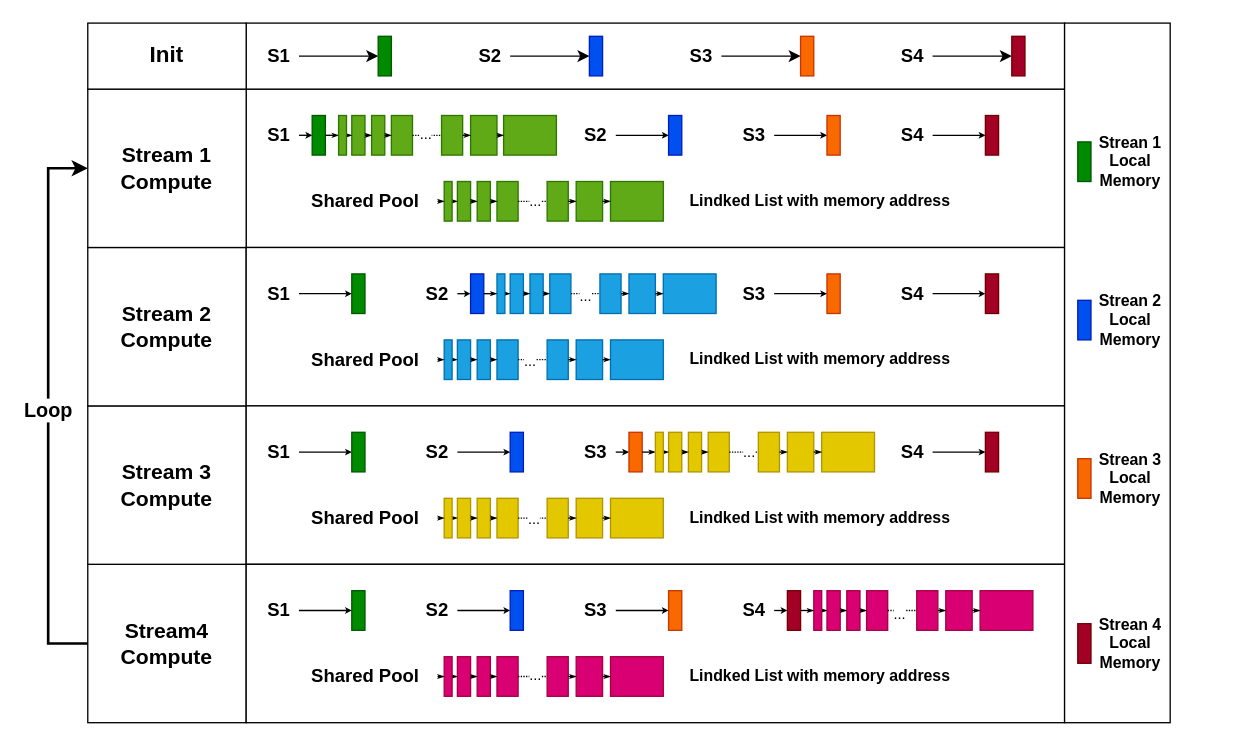
F9rozen/CUDACachingAllocator keeps this draw.io diagram as share/3.drawio. Above is the earlier version. Source tidied: cells renumbered, new cells numbered last; positions are measured from the earlier drawing's top-left corner, leaving out a move shared by most shapes. Both pictures are drawn from the tidied source at 132%, with x=0, y=0 at pixel (48, 22).
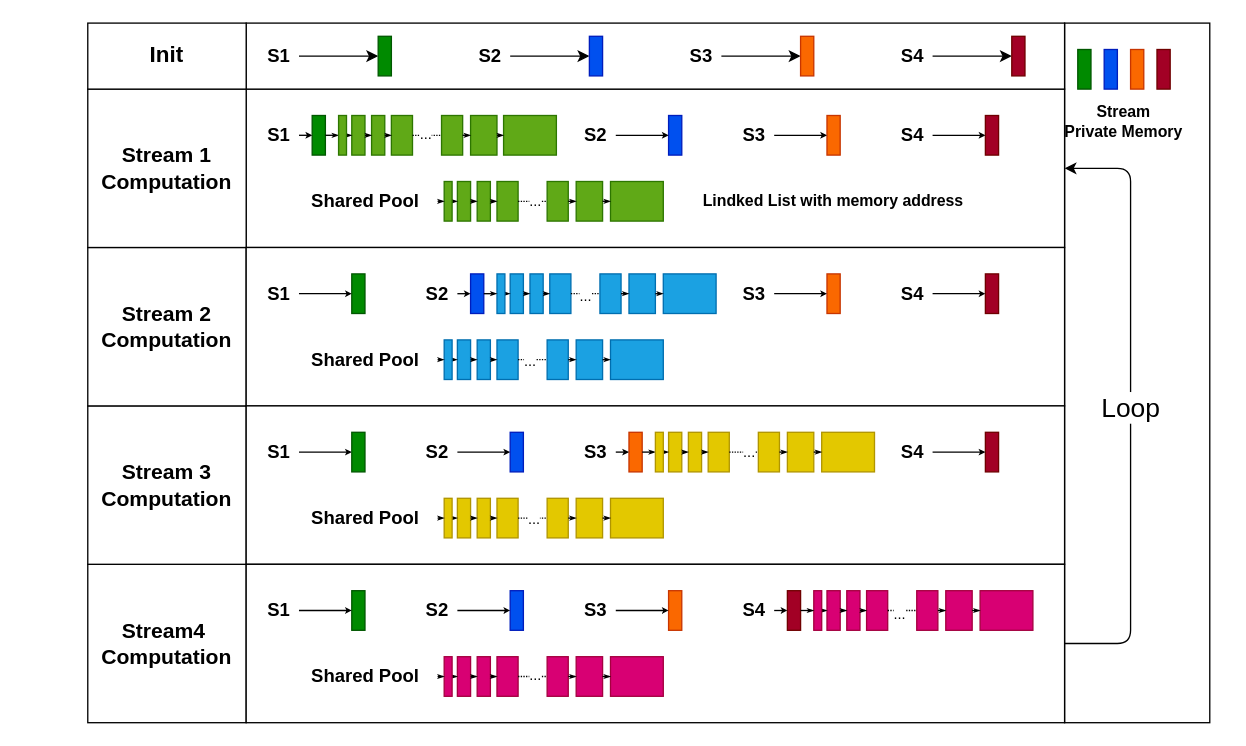
After the change.

Unchanged cells that the change refers to:
```xml
<mxCell id="2" style="group;fontStyle=1;fontFamily=Times New Roman;" parent="1" vertex="1">
  <mxGeometry x="30" width="740" height="530" as="geometry" />
</mxCell>
<mxCell id="3" style="rounded=0;whiteSpace=wrap;html=1;fillColor=default;fontStyle=1;fontSize=14;" parent="2" vertex="1">
  <mxGeometry x="120" y="50" width="620" height="120" as="geometry" />
</mxCell>
<mxCell id="5" style="group;fontStyle=1;" parent="2" vertex="1">
  <mxGeometry width="120" height="530" as="geometry" />
</mxCell>
<mxCell id="15" style="rounded=0;whiteSpace=wrap;html=1;fillColor=default;fontStyle=1;fontSize=14;" parent="2" vertex="1">
  <mxGeometry x="120" y="410" width="620" height="120" as="geometry" />
</mxCell>
```

What changed in the source:
```diff
@@
+    <mxCell id="244" style="group;" parent="1" vertex="1">
+      <mxGeometry x="780" y="20" width="110" height="510" as="geometry" />
+    </mxCell>
+    <mxCell id="245" style="rounded=0;whiteSpace=wrap;html=1;fontSize=20;" parent="244" vertex="1">
+      <mxGeometry x="-10" y="-20" width="110" height="530" as="geometry" />
+    </mxCell>
+    <mxCell id="236" style="rounded=0;whiteSpace=wrap;html=1;fillColor=#008a00;fontColor=#ffffff;strokeColor=#005700;fontStyle=1;fontSize=14;" parent="244" vertex="1">
+      <mxGeometry width="10" height="30" as="geometry" />
+    </mxCell>
+    <mxCell id="237" style="rounded=0;whiteSpace=wrap;html=1;fillColor=#0050ef;fontColor=#ffffff;strokeColor=#001DBC;fontStyle=1;fontSize=14;" parent="244" vertex="1">
+      <mxGeometry x="20" width="10" height="30" as="geometry" />
+    </mxCell>
+    <mxCell id="238" style="rounded=0;whiteSpace=wrap;html=1;fillColor=#fa6800;fontColor=#000000;strokeColor=#C73500;fontStyle=1;fontSize=14;" parent="244" vertex="1">
+      <mxGeometry x="40" width="10" height="30" as="geometry" />
+    </mxCell>
+    <mxCell id="239" style="rounded=0;whiteSpace=wrap;html=1;fillColor=#a20025;fontColor=#ffffff;strokeColor=#6F0000;fontStyle=1;fontSize=14;" parent="244" vertex="1">
+      <mxGeometry x="60" width="10" height="30" as="geometry" />
+    </mxCell>
+    <mxCell id="240" value="&lt;b&gt;Stream Private&amp;nbsp;Memory&lt;/b&gt;" style="text;html=1;strokeColor=none;fillColor=none;align=center;verticalAlign=middle;whiteSpace=wrap;rounded=0;" parent="244" vertex="1">
+      <mxGeometry x="5" y="40" width="60" height="30" as="geometry" />
+    </mxCell>
@@
-    <mxCell id="6" style="edgeStyle=orthogonalEdgeStyle;rounded=0;jettySize=auto;html=1;exitX=0;exitY=0.5;exitDx=0;exitDy=0;entryX=0;entryY=0.5;entryDx=0;entryDy=0;strokeWidth=2;" parent="5" edge="1" source="8" target="11">
-      <mxGeometry relative="1" as="geometry">
-        <Array as="points">
-          <mxPoint x="-30" y="470" />
-          <mxPoint x="-30" y="110" />
-        </Array>
-      </mxGeometry>
-    </mxCell>
-    <mxCell id="7" value="&lt;b&gt;&lt;font style=&quot;font-size: 15px;&quot;&gt;Loop&lt;/font&gt;&lt;/b&gt;" style="edgeLabel;html=1;align=center;verticalAlign=middle;" parent="6" vertex="1">
-      <mxGeometry x="-0.01" y="1" relative="1" as="geometry" />
-    </mxCell>
-    <mxCell id="8" value="&lt;font style=&quot;font-size: 16px;&quot;&gt;Stream4 Compute&lt;/font&gt;" style="rounded=0;whiteSpace=wrap;html=1;fillColor=default;fontStyle=1;" parent="5" vertex="1">
+    <mxCell id="8" value="&lt;font style=&quot;font-size: 16px;&quot;&gt;Stream4&amp;nbsp;&lt;br&gt;&lt;/font&gt;&lt;span style=&quot;font-size: 16px;&quot;&gt;Computation&lt;/span&gt;" style="rounded=0;whiteSpace=wrap;html=1;fillColor=default;fontStyle=1;" parent="5" vertex="1">
       <mxGeometry y="410" width="120" height="120" as="geometry" />
     </mxCell>
-    <mxCell id="9" value="&lt;font style=&quot;font-size: 16px;&quot;&gt;Stream 3 Compute&lt;/font&gt;" style="rounded=0;whiteSpace=wrap;html=1;fillColor=default;fontStyle=1;" parent="5" vertex="1">
+    <mxCell id="9" value="&lt;font style=&quot;font-size: 16px;&quot;&gt;Stream 3&lt;br&gt;&lt;/font&gt;&lt;span style=&quot;font-size: 16px;&quot;&gt;Computation&lt;/span&gt;" style="rounded=0;whiteSpace=wrap;html=1;fillColor=default;fontStyle=1;" parent="5" vertex="1">
       <mxGeometry y="290" width="120" height="120" as="geometry" />
     </mxCell>
-    <mxCell id="10" value="&lt;font style=&quot;font-size: 16px;&quot;&gt;Stream 2 &lt;br&gt;Compute&lt;/font&gt;" style="rounded=0;whiteSpace=wrap;html=1;fillColor=default;fontStyle=1;" parent="5" vertex="1">
+    <mxCell id="10" value="&lt;font style=&quot;font-size: 16px;&quot;&gt;Stream 2 &lt;br&gt;Computation&lt;br&gt;&lt;/font&gt;" style="rounded=0;whiteSpace=wrap;html=1;fillColor=default;fontStyle=1;" parent="5" vertex="1">
       <mxGeometry y="170" width="120" height="120" as="geometry" />
     </mxCell>
-    <mxCell id="11" value="&lt;font style=&quot;font-size: 16px;&quot;&gt;Stream 1&lt;br&gt;Compute&lt;/font&gt;" style="rounded=0;whiteSpace=wrap;html=1;fillColor=default;fontStyle=1;" parent="5" vertex="1">
+    <mxCell id="11" value="&lt;font style=&quot;font-size: 16px;&quot;&gt;Stream 1&lt;br&gt;Computation&lt;/font&gt;" style="rounded=0;whiteSpace=wrap;html=1;fillColor=default;fontStyle=1;" parent="5" vertex="1">
       <mxGeometry y="50" width="120" height="120" as="geometry" />
     </mxCell>
@@
     <mxCell id="16" value="&lt;b&gt;Lindked List with memory address&lt;/b&gt;" style="text;html=1;strokeColor=none;fillColor=none;align=center;verticalAlign=middle;whiteSpace=wrap;rounded=0;" parent="2" vertex="1">
-      <mxGeometry x="440" y="120" width="230" height="30" as="geometry" />
+      <mxGeometry x="450" y="120" width="230" height="30" as="geometry" />
     </mxCell>
-    <mxCell id="17" value="&lt;b&gt;Lindked List with memory address&lt;/b&gt;" style="text;html=1;strokeColor=none;fillColor=none;align=center;verticalAlign=middle;whiteSpace=wrap;rounded=0;" parent="2" vertex="1">
-      <mxGeometry x="440" y="240" width="230" height="30" as="geometry" />
-    </mxCell>
-    <mxCell id="18" value="&lt;b&gt;Lindked List with memory address&lt;/b&gt;" style="text;html=1;strokeColor=none;fillColor=none;align=center;verticalAlign=middle;whiteSpace=wrap;rounded=0;" parent="2" vertex="1">
-      <mxGeometry x="440" y="360" width="230" height="30" as="geometry" />
-    </mxCell>
-    <mxCell id="19" value="&lt;b&gt;Lindked List with memory address&lt;/b&gt;" style="text;html=1;strokeColor=none;fillColor=none;align=center;verticalAlign=middle;whiteSpace=wrap;rounded=0;" parent="2" vertex="1">
-      <mxGeometry x="440" y="480" width="230" height="30" as="geometry" />
-    </mxCell>
+    <mxCell id="246" style="edgeStyle=none;html=1;entryX=1;entryY=0.5;entryDx=0;entryDy=0;" parent="2" edge="1" source="15" target="3">
+      <mxGeometry relative="1" as="geometry">
+        <Array as="points">
+          <mxPoint x="790" y="470" />
+          <mxPoint x="790" y="110" />
+        </Array>
+      </mxGeometry>
+    </mxCell>
+    <mxCell id="7" value="&lt;font style=&quot;font-size: 20px;&quot;&gt;Loop&lt;/font&gt;" style="edgeLabel;html=1;align=center;verticalAlign=middle;" parent="246" vertex="1">
+      <mxGeometry y="1" relative="1" as="geometry" />
+    </mxCell>
@@
-    <mxCell id="235" style="rounded=0;whiteSpace=wrap;html=1;" parent="1" vertex="1">
-      <mxGeometry x="770" width="80" height="530" as="geometry" />
-    </mxCell>
-    <mxCell id="236" style="rounded=0;whiteSpace=wrap;html=1;fillColor=#008a00;fontColor=#ffffff;strokeColor=#005700;fontStyle=1;fontSize=14;" parent="1" vertex="1">
-      <mxGeometry x="780" y="90" width="10" height="30" as="geometry" />
-    </mxCell>
-    <mxCell id="237" style="rounded=0;whiteSpace=wrap;html=1;fillColor=#0050ef;fontColor=#ffffff;strokeColor=#001DBC;fontStyle=1;fontSize=14;" parent="1" vertex="1">
-      <mxGeometry x="780" y="210" width="10" height="30" as="geometry" />
-    </mxCell>
-    <mxCell id="238" style="rounded=0;whiteSpace=wrap;html=1;fillColor=#fa6800;fontColor=#000000;strokeColor=#C73500;fontStyle=1;fontSize=14;" parent="1" vertex="1">
-      <mxGeometry x="780" y="330" width="10" height="30" as="geometry" />
-    </mxCell>
-    <mxCell id="239" style="rounded=0;whiteSpace=wrap;html=1;fillColor=#a20025;fontColor=#ffffff;strokeColor=#6F0000;fontStyle=1;fontSize=14;" parent="1" vertex="1">
-      <mxGeometry x="780" y="455" width="10" height="30" as="geometry" />
-    </mxCell>
-    <mxCell id="240" value="&lt;b&gt;Strean 1&lt;br&gt;Local Memory&lt;/b&gt;" style="text;html=1;strokeColor=none;fillColor=none;align=center;verticalAlign=middle;whiteSpace=wrap;rounded=0;" parent="1" vertex="1">
-      <mxGeometry x="790" y="90" width="60" height="30" as="geometry" />
-    </mxCell>
-    <mxCell id="241" value="&lt;b&gt;Strean 2&lt;br&gt;Local Memory&lt;/b&gt;" style="text;html=1;strokeColor=none;fillColor=none;align=center;verticalAlign=middle;whiteSpace=wrap;rounded=0;" parent="1" vertex="1">
-      <mxGeometry x="790" y="210" width="60" height="30" as="geometry" />
-    </mxCell>
-    <mxCell id="242" value="&lt;b&gt;Strean 3&lt;br&gt;Local Memory&lt;/b&gt;" style="text;html=1;strokeColor=none;fillColor=none;align=center;verticalAlign=middle;whiteSpace=wrap;rounded=0;" parent="1" vertex="1">
-      <mxGeometry x="790" y="330" width="60" height="30" as="geometry" />
-    </mxCell>
-    <mxCell id="243" value="&lt;b&gt;Strean 4&lt;br&gt;Local Memory&lt;/b&gt;" style="text;html=1;strokeColor=none;fillColor=none;align=center;verticalAlign=middle;whiteSpace=wrap;rounded=0;" parent="1" vertex="1">
-      <mxGeometry x="790" y="455" width="60" height="30" as="geometry" />
-    </mxCell>
```
